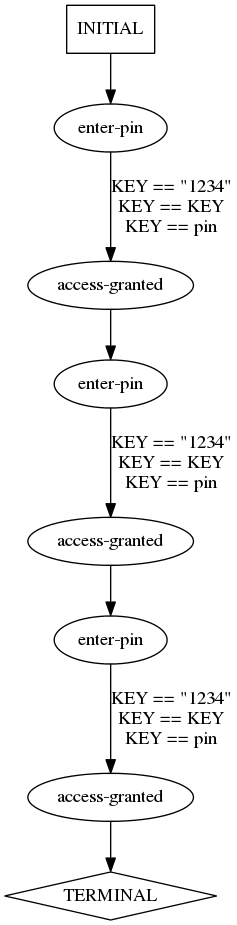
The Graphviz diagram traces/abstract/verify-pin/predicted-paths/verify-pin-test0.dot.png in ModelInference/synoptic, before a commit. Its source is kept beside it as traces/abstract/verify-pin/predicted-paths/verify-pin-test0.dot. Source of this version:
```dot
digraph {
  0 [label="access-granted"];
  1 [label="access-granted"];
  2 [label="access-granted"];
  3 [label="enter-pin"];
  4 [label="enter-pin"];
  5 [label="enter-pin"];
  6 [label="TERMINAL",shape=diamond];
  7 [label="INITIAL",shape=box];
0->4 [label="",];
1->5 [label="",];
2->6 [label="",];
3->0 [label="KEY == \"1234\"\nKEY == KEY\nKEY == pin",];
4->1 [label="KEY == \"1234\"\nKEY == KEY\nKEY == pin",];
5->2 [label="KEY == \"1234\"\nKEY == KEY\nKEY == pin",];
7->3 [label="",];
} // digraph {
```
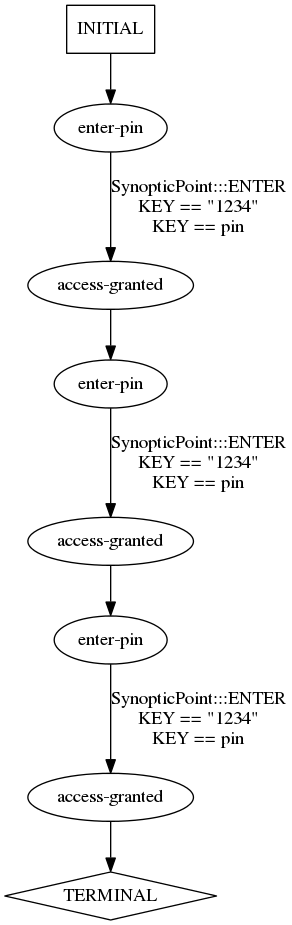
Later version of the same file.

The edit, as a diff of the source:
```diff
@@ -10,8 +10,8 @@
 0->4 [label="",];
 1->5 [label="",];
 2->6 [label="",];
-3->0 [label="KEY == \"1234\"\nKEY == KEY\nKEY == pin",];
-4->1 [label="KEY == \"1234\"\nKEY == KEY\nKEY == pin",];
-5->2 [label="KEY == \"1234\"\nKEY == KEY\nKEY == pin",];
+3->0 [label="SynopticPoint:::ENTER\nKEY == \"1234\"\nKEY == pin\n",];
+4->1 [label="SynopticPoint:::ENTER\nKEY == \"1234\"\nKEY == pin\n",];
+5->2 [label="SynopticPoint:::ENTER\nKEY == \"1234\"\nKEY == pin\n",];
 7->3 [label="",];
 } // digraph {
```
